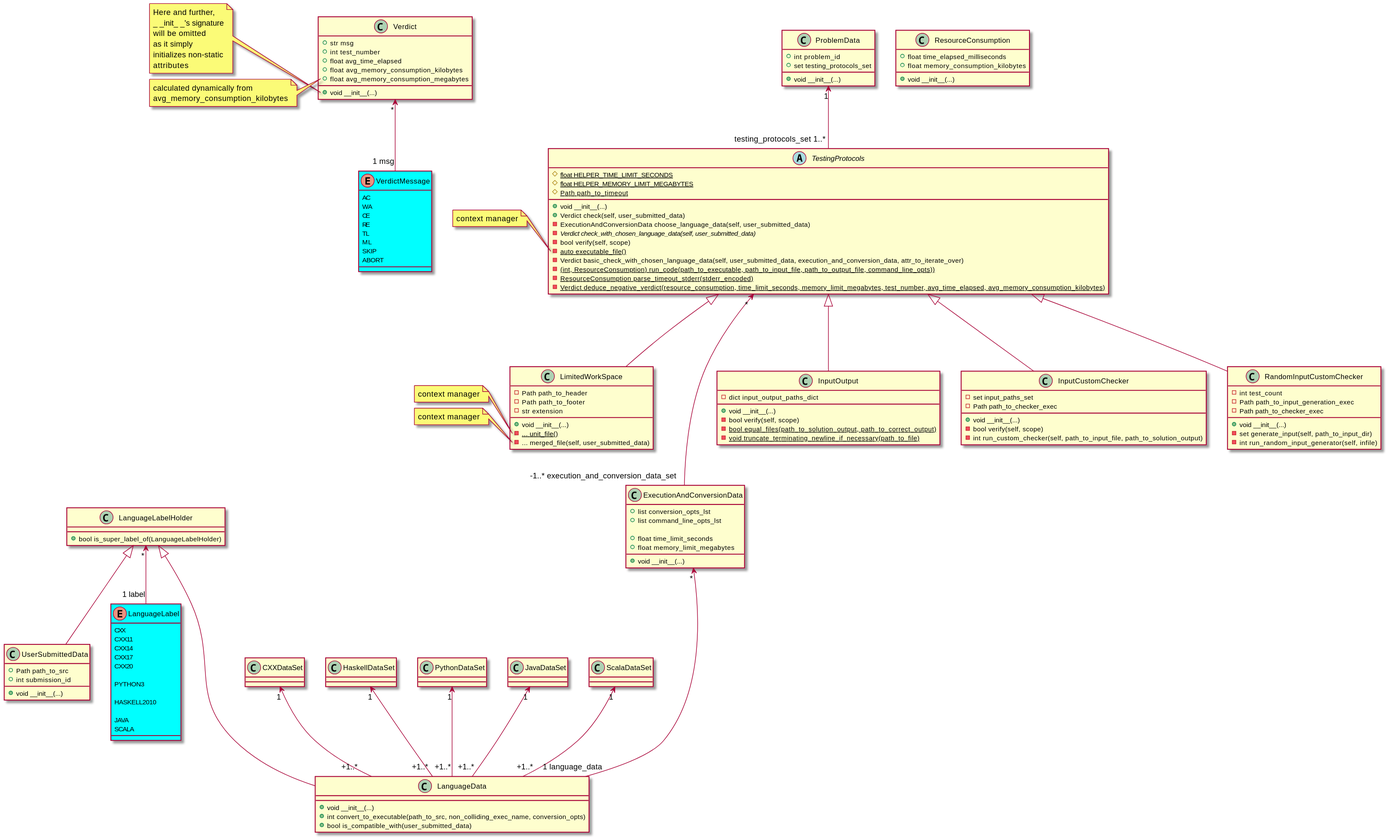
Before: TestingSystem/TestingProtocols/Class_TestingProtocols.svg, a diagram exported from PlantUML (IgorZhiltsoff/TPy_project).
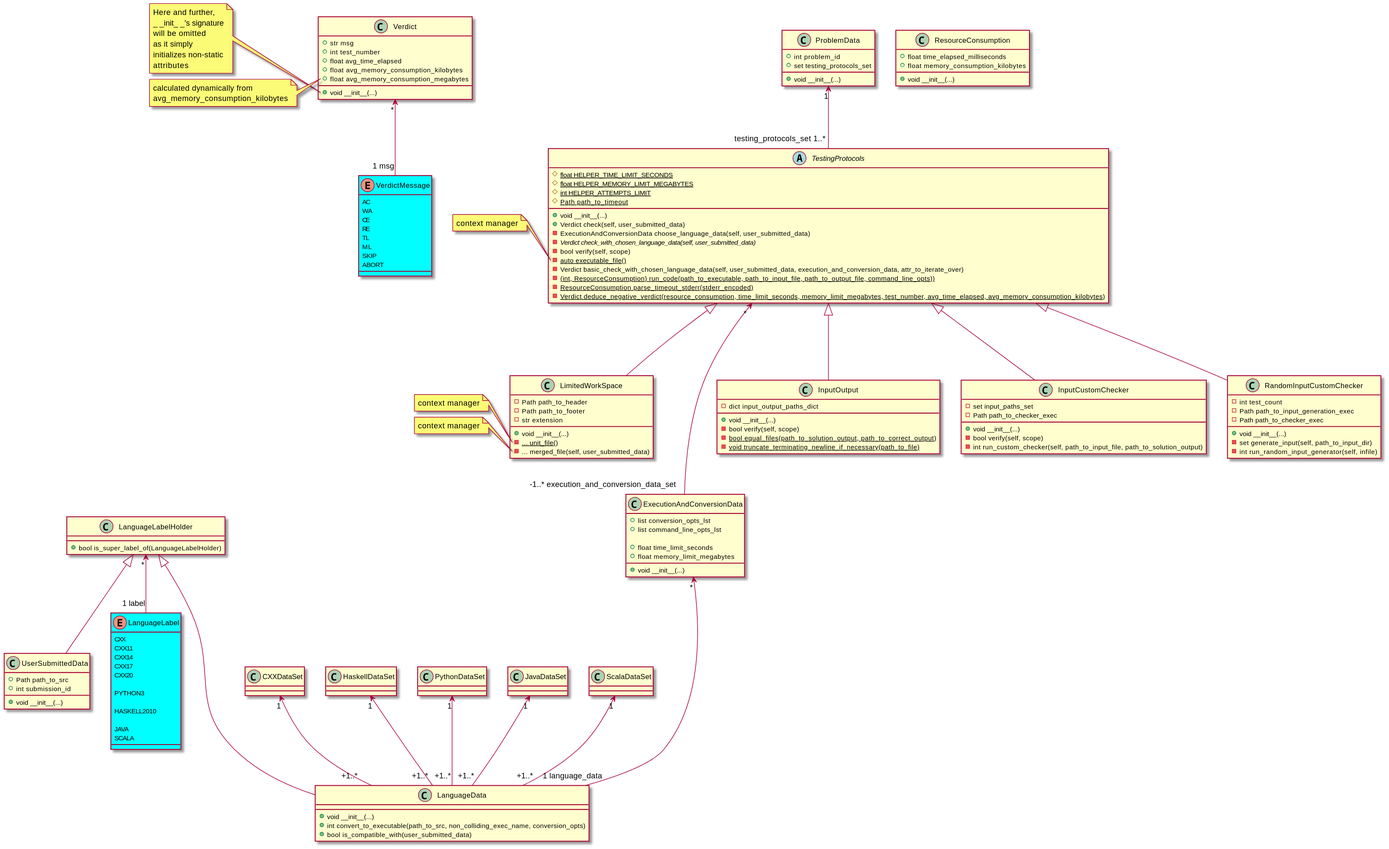
Above is the later version.

Change to the diagram source:
```diff
@@ -125,6 +125,7 @@
 abstract class TestingProtocols {
     #{static} float HELPER_TIME_LIMIT_SECONDS
     #{static} float HELPER_MEMORY_LIMIT_MEGABYTES
+    #{static} int HELPER_ATTEMPTS_LIMIT
     #{static} Path path_to_timeout
 
     +void __init__(...)
```
